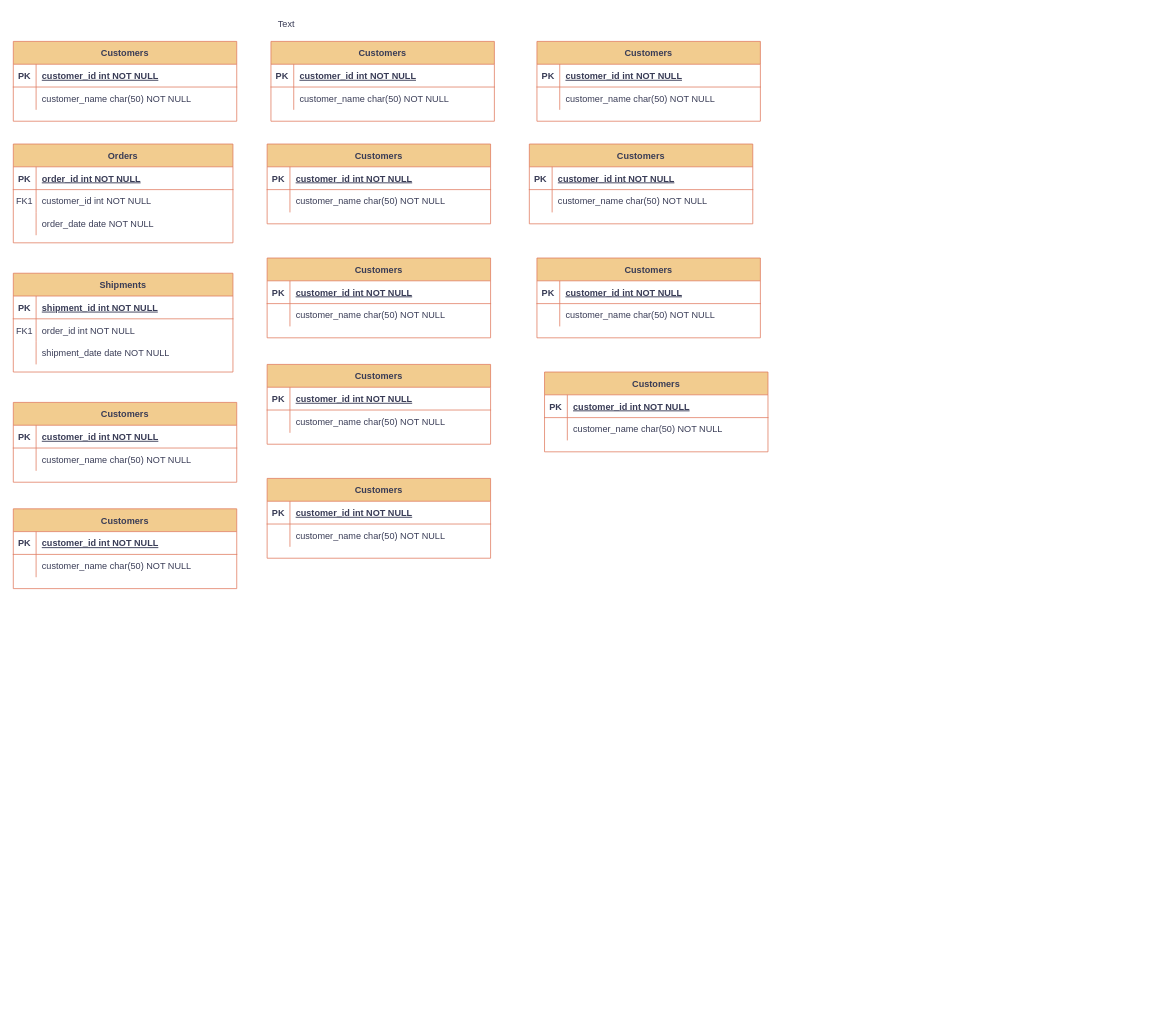
Before: Diagrama_Depto.drawio in Toukhay/Mydeptos-2, a draw.io diagram. Source tidied: cells renumbered, new cells numbered last; positions are measured from the earlier drawing's top-left corner, leaving out a move shared by most shapes. Both pictures are drawn from the tidied source at 76%, with x=0, y=0 at pixel (13, 13).
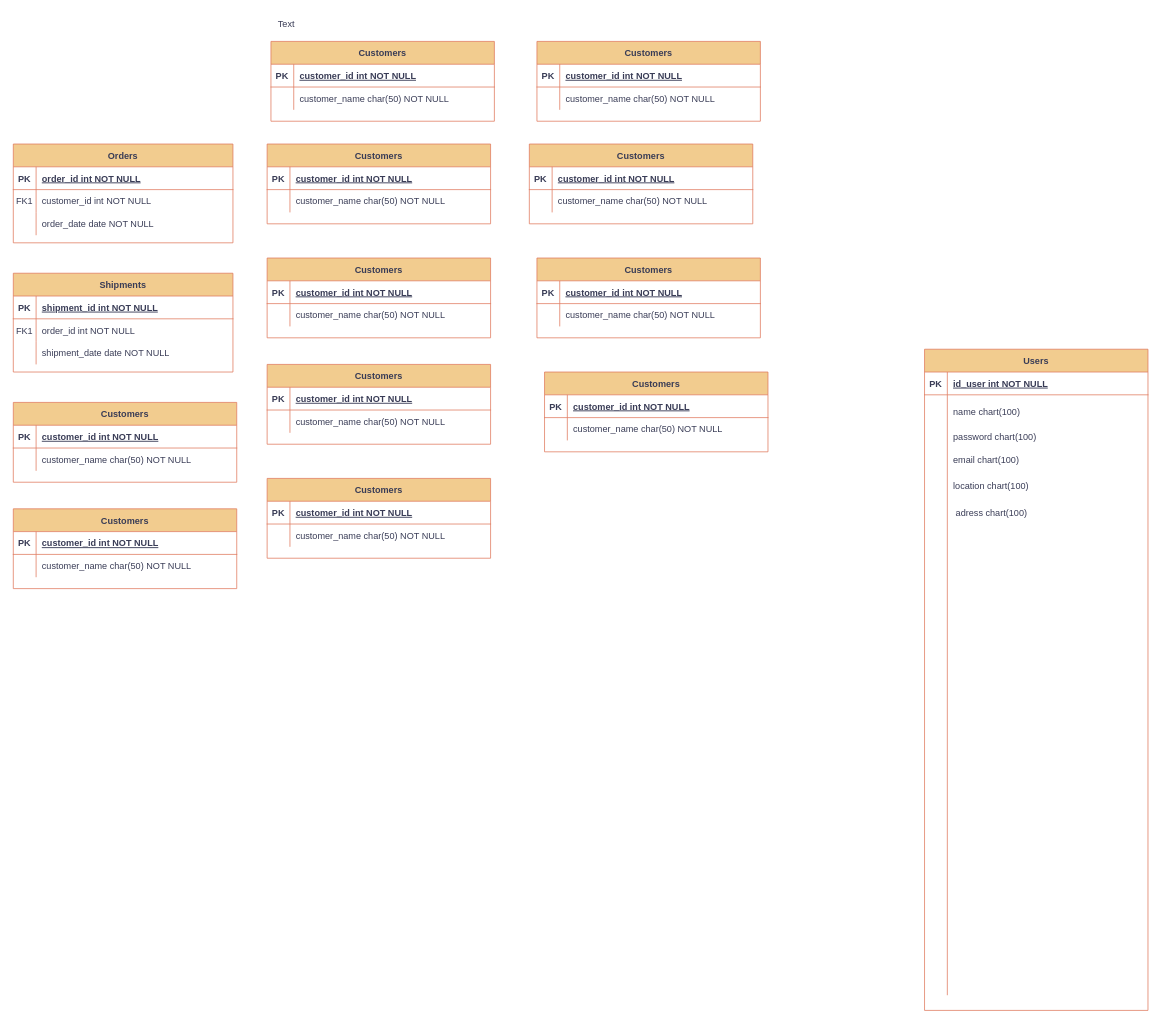
After the change.

Unchanged cells that the change refers to:
```xml
<mxCell id="23" style="shape=partialRectangle;fillColor=none;top=0;left=0;right=0;bottom=1;labelBackgroundColor=none;strokeColor=#E07A5F;fontColor=#393C56;" parent="22" vertex="1">
  <mxGeometry y="30" width="294" height="30" as="geometry" />
</mxCell>
```

What changed in the source:
```diff
@@
-    <mxCell id="22" value="Customers" style="shape=table;startSize=30;childLayout=tableLayout;rowLines=0;fontStyle=1;align=center;labelBackgroundColor=none;fillColor=#F2CC8F;strokeColor=#E07A5F;fontColor=#393C56;" parent="1" vertex="1">
-      <mxGeometry y="37" width="294" height="105" as="geometry" />
+    <mxCell id="22" value="Users" style="shape=table;startSize=30;childLayout=tableLayout;rowLines=0;fontStyle=1;align=center;labelBackgroundColor=none;fillColor=#F2CC8F;strokeColor=#E07A5F;fontColor=#393C56;" parent="1" vertex="1">
+      <mxGeometry x="1199" y="442" width="294" height="870" as="geometry" />
     </mxCell>
@@
-    <mxCell id="25" value="customer_id int NOT NULL " style="shape=partialRectangle;overflow=hidden;fillColor=none;top=0;left=0;bottom=0;right=0;align=left;spacingLeft=6;fontStyle=5;labelBackgroundColor=none;strokeColor=#E07A5F;fontColor=#393C56;" parent="23" vertex="1">
+    <mxCell id="25" value="id_user int NOT NULL" style="shape=partialRectangle;overflow=hidden;fillColor=none;top=0;left=0;bottom=0;right=0;align=left;spacingLeft=6;fontStyle=5;labelBackgroundColor=none;strokeColor=#E07A5F;fontColor=#393C56;" parent="23" vertex="1">
       <mxGeometry x="30" width="264" height="30" as="geometry" />
     </mxCell>
     <mxCell id="26" style="shape=partialRectangle;fillColor=none;top=0;left=0;right=0;bottom=0;labelBackgroundColor=none;strokeColor=#E07A5F;fontColor=#393C56;" parent="22" vertex="1">
-      <mxGeometry y="60" width="294" height="30" as="geometry" />
+      <mxGeometry y="60" width="294" height="790" as="geometry" />
     </mxCell>
     <mxCell id="27" style="shape=partialRectangle;overflow=hidden;fillColor=none;top=0;left=0;bottom=0;right=0;labelBackgroundColor=none;strokeColor=#E07A5F;fontColor=#393C56;" parent="26" vertex="1">
-      <mxGeometry width="30" height="30" as="geometry" />
+      <mxGeometry width="30" height="790" as="geometry" />
     </mxCell>
-    <mxCell id="28" value="customer_name char(50) NOT NULL" style="shape=partialRectangle;overflow=hidden;fillColor=none;top=0;left=0;bottom=0;right=0;align=left;spacingLeft=6;labelBackgroundColor=none;strokeColor=#E07A5F;fontColor=#393C56;" parent="26" vertex="1">
-      <mxGeometry x="30" width="264" height="30" as="geometry" />
+    <mxCell id="28" style="shape=partialRectangle;overflow=hidden;fillColor=none;top=0;left=0;bottom=0;right=0;align=left;spacingLeft=6;labelBackgroundColor=none;strokeColor=#E07A5F;fontColor=#393C56;" parent="26" vertex="1">
+      <mxGeometry x="30" width="264" height="790" as="geometry" />
     </mxCell>
@@
+    <mxCell id="107" value="email chart(100)" style="shape=partialRectangle;overflow=hidden;fillColor=none;top=0;left=0;bottom=0;right=0;align=left;spacingLeft=6;labelBackgroundColor=none;strokeColor=#E07A5F;fontColor=#393C56;" parent="1" vertex="1">
+      <mxGeometry x="1229" y="572" width="264" height="30" as="geometry" />
+    </mxCell>
+    <mxCell id="108" value="password chart(100)" style="shape=partialRectangle;overflow=hidden;fillColor=none;top=0;left=0;bottom=0;right=0;align=left;spacingLeft=6;labelBackgroundColor=none;strokeColor=#E07A5F;fontColor=#393C56;" parent="1" vertex="1">
+      <mxGeometry x="1229" y="542" width="264" height="30" as="geometry" />
+    </mxCell>
+    <mxCell id="109" value="location chart(100)" style="shape=partialRectangle;overflow=hidden;fillColor=none;top=0;left=0;bottom=0;right=0;align=left;spacingLeft=6;labelBackgroundColor=none;strokeColor=#E07A5F;fontColor=#393C56;" parent="1" vertex="1">
+      <mxGeometry x="1229" y="607" width="264" height="30" as="geometry" />
+    </mxCell>
+    <mxCell id="110" value=" adress chart(100)" style="shape=partialRectangle;overflow=hidden;fillColor=none;top=0;left=0;bottom=0;right=0;align=left;spacingLeft=6;labelBackgroundColor=none;strokeColor=#E07A5F;fontColor=#393C56;" parent="1" vertex="1">
+      <mxGeometry x="1229" y="642" width="264" height="30" as="geometry" />
+    </mxCell>
+    <mxCell id="111" value="name chart(100)" style="shape=partialRectangle;overflow=hidden;fillColor=none;top=0;left=0;bottom=0;right=0;align=left;spacingLeft=6;labelBackgroundColor=none;strokeColor=#E07A5F;fontColor=#393C56;" parent="1" vertex="1">
+      <mxGeometry x="1229" y="509.5" width="264" height="30" as="geometry" />
+    </mxCell>
```
